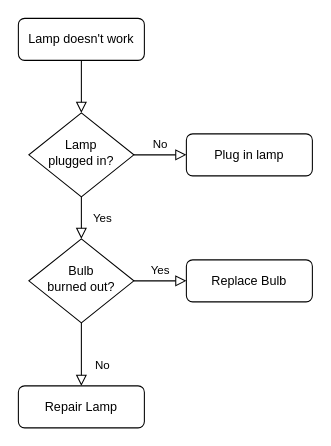
Above: blind_bidding.drawio in sree7k7/drawings (draw.io), before the change. Source tidied: cells renumbered, new cells numbered last; positions are measured from the earlier drawing's top-left corner, leaving out a move shared by most shapes. Both pictures are drawn from the tidied source at 105%, with x=0, y=0 at pixel (18, 18).
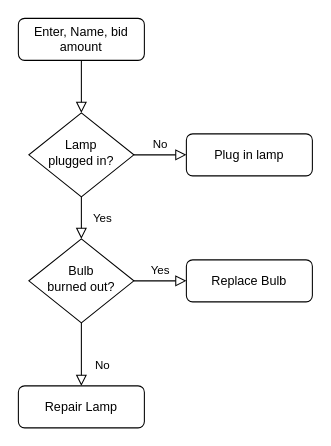
The same diagram, later.

The edit, as a diff of the source:
```diff
@@
 <mxGraphModel>
   <root>
     <mxCell id="0" />
     <mxCell id="1" parent="0" />
     <mxCell id="2" style="rounded=0;html=1;jettySize=auto;fontSize=11;endArrow=block;endFill=0;endSize=8;strokeWidth=1;shadow=0;labelBackgroundColor=none;edgeStyle=orthogonalEdgeStyle;" parent="1" edge="1" source="3" target="6">
       <mxGeometry relative="1" as="geometry" />
     </mxCell>
-    <mxCell id="3" value="Lamp doesn't work" style="rounded=1;whiteSpace=wrap;html=1;fontSize=12;glass=0;strokeWidth=1;shadow=0;" parent="1" vertex="1">
+    <mxCell id="3" value="Enter, Name, bid amount" style="rounded=1;whiteSpace=wrap;html=1;fontSize=12;glass=0;strokeWidth=1;shadow=0;" parent="1" vertex="1">
       <mxGeometry width="120" height="40" as="geometry" />
     </mxCell>
     <mxCell id="4" value="Yes" style="rounded=0;html=1;jettySize=auto;fontSize=11;endArrow=block;endFill=0;endSize=8;strokeWidth=1;shadow=0;labelBackgroundColor=none;edgeStyle=orthogonalEdgeStyle;" parent="1" edge="1" source="6" target="10">
       <mxGeometry y="20" relative="1" as="geometry" />
     </mxCell>
     <mxCell id="5" value="No" style="edgeStyle=orthogonalEdgeStyle;rounded=0;html=1;jettySize=auto;fontSize=11;endArrow=block;endFill=0;endSize=8;strokeWidth=1;shadow=0;labelBackgroundColor=none;" parent="1" edge="1" source="6" target="7">
       <mxGeometry y="10" relative="1" as="geometry" />
     </mxCell>
     <mxCell id="6" value="Lamp&lt;br&gt;plugged in?" style="rhombus;whiteSpace=wrap;html=1;shadow=0;fontFamily=Helvetica;fontSize=12;align=center;strokeWidth=1;spacing=6;spacingTop=-4;" parent="1" vertex="1">
       <mxGeometry x="10" y="90" width="100" height="80" as="geometry" />
     </mxCell>
     <mxCell id="7" value="Plug in lamp" style="rounded=1;whiteSpace=wrap;html=1;fontSize=12;glass=0;strokeWidth=1;shadow=0;" parent="1" vertex="1">
       <mxGeometry x="160" y="110" width="120" height="40" as="geometry" />
     </mxCell>
     <mxCell id="8" value="No" style="rounded=0;html=1;jettySize=auto;fontSize=11;endArrow=block;endFill=0;endSize=8;strokeWidth=1;shadow=0;labelBackgroundColor=none;edgeStyle=orthogonalEdgeStyle;" parent="1" edge="1" source="10" target="11">
       <mxGeometry x="0.33" y="20" relative="1" as="geometry" />
     </mxCell>
     <mxCell id="9" value="Yes" style="edgeStyle=orthogonalEdgeStyle;rounded=0;html=1;jettySize=auto;fontSize=11;endArrow=block;endFill=0;endSize=8;strokeWidth=1;shadow=0;labelBackgroundColor=none;" parent="1" edge="1" source="10" target="12">
       <mxGeometry y="10" relative="1" as="geometry" />
     </mxCell>
     <mxCell id="10" value="Bulb&lt;br&gt;burned out?" style="rhombus;whiteSpace=wrap;html=1;shadow=0;fontFamily=Helvetica;fontSize=12;align=center;strokeWidth=1;spacing=6;spacingTop=-4;" parent="1" vertex="1">
       <mxGeometry x="10" y="210" width="100" height="80" as="geometry" />
     </mxCell>
     <mxCell id="11" value="Repair Lamp" style="rounded=1;whiteSpace=wrap;html=1;fontSize=12;glass=0;strokeWidth=1;shadow=0;" parent="1" vertex="1">
       <mxGeometry y="350" width="120" height="40" as="geometry" />
     </mxCell>
     <mxCell id="12" value="Replace Bulb" style="rounded=1;whiteSpace=wrap;html=1;fontSize=12;glass=0;strokeWidth=1;shadow=0;" parent="1" vertex="1">
       <mxGeometry x="160" y="230" width="120" height="40" as="geometry" />
     </mxCell>
   </root>
 </mxGraphModel>
```
